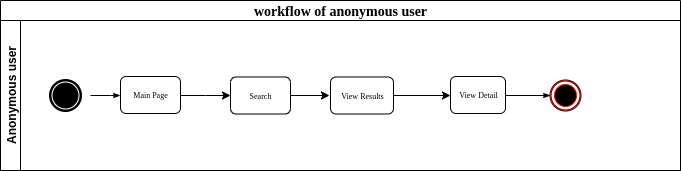
manoli2013/skylab-bootcamp-201909 keeps this draw.io diagram as staff/groups/groups/area-51/sky-odyssey/sky-odyssey-doc/anony-flow.png. Above is the earlier version. Source tidied: cells renumbered, new cells last; positions are measured from the earlier drawing's top-left corner, leaving out a move shared by most shapes. Source of this version:
```xml
<mxGraphModel background="#ffffff">
  <root>
    <mxCell id="0" />
    <mxCell id="1" parent="0" />
    <mxCell id="2" value="&lt;span style=&quot;font-size: 14px&quot;&gt;workflow of anonymous user&lt;/span&gt;" style="swimlane;html=1;horizontal=1;startSize=20;rounded=0;shadow=0;labelBackgroundColor=none;strokeColor=#000000;strokeWidth=1;fillColor=#ffffff;fontFamily=Verdana;fontSize=8;fontColor=#000000;align=center;" parent="1" vertex="1">
      <mxGeometry width="680" height="170" as="geometry" />
    </mxCell>
    <mxCell id="3" value="Anonymous user" style="swimlane;html=1;startSize=20;horizontal=0;" parent="2" vertex="1">
      <mxGeometry y="20" width="680" height="150" as="geometry" />
    </mxCell>
    <mxCell id="4" style="shape=mxgraph.bpmn.shape;html=1;verticalLabelPosition=bottom;labelBackgroundColor=#ffffff;verticalAlign=top;align=center;perimeter=ellipsePerimeter;outlineConnect=0;outline=end;symbol=terminate;" parent="3" vertex="1">
      <mxGeometry x="50" y="60" width="30" height="30" as="geometry" />
    </mxCell>
    <mxCell id="5" style="edgeStyle=orthogonalEdgeStyle;rounded=0;html=1;labelBackgroundColor=none;startArrow=none;startFill=0;startSize=5;endArrow=classicThin;endFill=1;endSize=5;jettySize=auto;strokeColor=#000000;strokeWidth=1;fontFamily=Verdana;fontSize=8;fontColor=#000000;" parent="1" edge="1" target="7">
      <mxGeometry relative="1" as="geometry">
        <mxPoint x="90" y="95" as="sourcePoint" />
      </mxGeometry>
    </mxCell>
    <mxCell id="6" style="edgeStyle=orthogonalEdgeStyle;rounded=0;jettySize=auto;html=1;" parent="1" edge="1" source="7">
      <mxGeometry relative="1" as="geometry">
        <mxPoint x="230" y="95" as="targetPoint" />
      </mxGeometry>
    </mxCell>
    <mxCell id="7" value="Main Page" style="rounded=1;whiteSpace=wrap;html=1;shadow=0;labelBackgroundColor=none;strokeColor=#000000;strokeWidth=1;fillColor=#ffffff;fontFamily=Verdana;fontSize=8;fontColor=#000000;align=center;" parent="1" vertex="1">
      <mxGeometry x="120" y="76" width="60" height="37" as="geometry" />
    </mxCell>
    <mxCell id="8" style="edgeStyle=orthogonalEdgeStyle;rounded=0;jettySize=auto;html=1;" parent="1" edge="1" source="9">
      <mxGeometry relative="1" as="geometry">
        <mxPoint x="329" y="95" as="targetPoint" />
      </mxGeometry>
    </mxCell>
    <mxCell id="9" value="Search" style="rounded=1;whiteSpace=wrap;html=1;shadow=0;labelBackgroundColor=none;strokeColor=#000000;strokeWidth=1;fillColor=#ffffff;fontFamily=Verdana;fontSize=8;fontColor=#000000;align=center;" parent="1" vertex="1">
      <mxGeometry x="230" y="76.5" width="60" height="37" as="geometry" />
    </mxCell>
    <mxCell id="10" style="edgeStyle=orthogonalEdgeStyle;rounded=0;html=1;entryX=0;entryY=0.5;labelBackgroundColor=none;startArrow=none;startFill=0;startSize=5;endArrow=classicThin;endFill=1;endSize=5;jettySize=auto;orthogonalLoop=1;strokeColor=#000000;strokeWidth=1;fontFamily=Verdana;fontSize=8;fontColor=#000000;" parent="1" edge="1">
      <mxGeometry relative="1" as="geometry">
        <mxPoint x="490" y="95" as="sourcePoint" />
        <mxPoint x="550" y="95" as="targetPoint" />
      </mxGeometry>
    </mxCell>
    <mxCell id="11" style="ellipse;whiteSpace=wrap;html=1;rounded=0;shadow=0;labelBackgroundColor=none;strokeColor=#000000;strokeWidth=2;fillColor=#ffffff;fontFamily=Verdana;fontSize=8;fontColor=#000000;align=center;" parent="1" vertex="1">
      <mxGeometry x="550" y="80" width="30" height="30" as="geometry" />
    </mxCell>
    <mxCell id="12" style="ellipse;html=1;shape=endState;fillColor=#000000;strokeColor=#ff0000;" parent="1" vertex="1">
      <mxGeometry x="550" y="80" width="30" height="30" as="geometry" />
    </mxCell>
    <mxCell id="13" style="edgeStyle=orthogonalEdgeStyle;rounded=0;jettySize=auto;html=1;" parent="1" edge="1" source="14">
      <mxGeometry relative="1" as="geometry">
        <mxPoint x="450" y="95" as="targetPoint" />
      </mxGeometry>
    </mxCell>
    <mxCell id="14" value="View Results" style="rounded=1;whiteSpace=wrap;html=1;shadow=0;labelBackgroundColor=none;strokeColor=#000000;strokeWidth=1;fillColor=#ffffff;fontFamily=Verdana;fontSize=8;fontColor=#000000;align=center;" parent="1" vertex="1">
      <mxGeometry x="330" y="76.5" width="63" height="37" as="geometry" />
    </mxCell>
    <mxCell id="15" value="View Detail" style="rounded=1;whiteSpace=wrap;html=1;shadow=0;labelBackgroundColor=none;strokeColor=#000000;strokeWidth=1;fillColor=#ffffff;fontFamily=Verdana;fontSize=8;fontColor=#000000;align=center;" parent="1" vertex="1">
      <mxGeometry x="450" y="76" width="55" height="37" as="geometry" />
    </mxCell>
  </root>
</mxGraphModel>
```
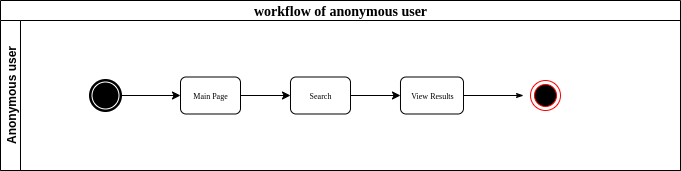
Later version of the same file.

The edit, as a diff of the source:
```diff
@@ -8,52 +8,35 @@
     <mxCell id="3" value="Anonymous user" style="swimlane;html=1;startSize=20;horizontal=0;" parent="2" vertex="1">
       <mxGeometry y="20" width="680" height="150" as="geometry" />
     </mxCell>
+    <mxCell id="16" style="edgeStyle=orthogonalEdgeStyle;rounded=0;jettySize=auto;html=1;" parent="3" edge="1" source="4" target="7">
+      <mxGeometry relative="1" as="geometry" />
+    </mxCell>
     <mxCell id="4" style="shape=mxgraph.bpmn.shape;html=1;verticalLabelPosition=bottom;labelBackgroundColor=#ffffff;verticalAlign=top;align=center;perimeter=ellipsePerimeter;outlineConnect=0;outline=end;symbol=terminate;" parent="3" vertex="1">
-      <mxGeometry x="50" y="60" width="30" height="30" as="geometry" />
+      <mxGeometry x="90" y="60" width="30" height="30" as="geometry" />
     </mxCell>
-    <mxCell id="5" style="edgeStyle=orthogonalEdgeStyle;rounded=0;html=1;labelBackgroundColor=none;startArrow=none;startFill=0;startSize=5;endArrow=classicThin;endFill=1;endSize=5;jettySize=auto;strokeColor=#000000;strokeWidth=1;fontFamily=Verdana;fontSize=8;fontColor=#000000;" parent="1" edge="1" target="7">
-      <mxGeometry relative="1" as="geometry">
-        <mxPoint x="90" y="95" as="sourcePoint" />
-      </mxGeometry>
-    </mxCell>
-    <mxCell id="6" style="edgeStyle=orthogonalEdgeStyle;rounded=0;jettySize=auto;html=1;" parent="1" edge="1" source="7">
-      <mxGeometry relative="1" as="geometry">
-        <mxPoint x="230" y="95" as="targetPoint" />
-      </mxGeometry>
-    </mxCell>
+    <mxCell id="14" value="View Results" style="rounded=1;whiteSpace=wrap;html=1;shadow=0;labelBackgroundColor=none;strokeColor=#000000;strokeWidth=1;fillColor=#ffffff;fontFamily=Verdana;fontSize=8;fontColor=#000000;align=center;" parent="3" vertex="1">
+      <mxGeometry x="400" y="56.5" width="63" height="37" as="geometry" />
+    </mxCell>
+    <mxCell id="10" style="edgeStyle=orthogonalEdgeStyle;rounded=0;html=1;entryX=0;entryY=0.5;labelBackgroundColor=none;startArrow=none;startFill=0;startSize=5;endArrow=classicThin;endFill=1;endSize=5;jettySize=auto;orthogonalLoop=1;strokeColor=#000000;strokeWidth=1;fontFamily=Verdana;fontSize=8;fontColor=#000000;" parent="3" edge="1">
+      <mxGeometry relative="1" as="geometry">
+        <mxPoint x="463" y="75" as="sourcePoint" />
+        <mxPoint x="523" y="75" as="targetPoint" />
+      </mxGeometry>
+    </mxCell>
+    <mxCell id="12" style="ellipse;html=1;shape=endState;fillColor=#000000;strokeColor=#ff0000;" parent="3" vertex="1">
+      <mxGeometry x="530" y="60" width="30" height="30" as="geometry" />
+    </mxCell>
+    <mxCell id="17" style="edgeStyle=orthogonalEdgeStyle;rounded=0;jettySize=auto;html=1;" parent="3" edge="1" source="9" target="14">
+      <mxGeometry relative="1" as="geometry" />
+    </mxCell>
+    <mxCell id="9" value="Search" style="rounded=1;whiteSpace=wrap;html=1;shadow=0;labelBackgroundColor=none;strokeColor=#000000;strokeWidth=1;fillColor=#ffffff;fontFamily=Verdana;fontSize=8;fontColor=#000000;align=center;" parent="3" vertex="1">
+      <mxGeometry x="290" y="56.5" width="60" height="37" as="geometry" />
+    </mxCell>
+    <mxCell id="18" style="edgeStyle=orthogonalEdgeStyle;rounded=0;jettySize=auto;html=1;" parent="3" edge="1" source="7" target="9">
+      <mxGeometry relative="1" as="geometry" />
+    </mxCell>
-    <mxCell id="7" value="Main Page" style="rounded=1;whiteSpace=wrap;html=1;shadow=0;labelBackgroundColor=none;strokeColor=#000000;strokeWidth=1;fillColor=#ffffff;fontFamily=Verdana;fontSize=8;fontColor=#000000;align=center;" parent="1" vertex="1">
-      <mxGeometry x="120" y="76" width="60" height="37" as="geometry" />
+    <mxCell id="7" value="Main Page" style="rounded=1;whiteSpace=wrap;html=1;shadow=0;labelBackgroundColor=none;strokeColor=#000000;strokeWidth=1;fillColor=#ffffff;fontFamily=Verdana;fontSize=8;fontColor=#000000;align=center;" parent="3" vertex="1">
+      <mxGeometry x="180" y="56.5" width="60" height="37" as="geometry" />
     </mxCell>
-    <mxCell id="8" style="edgeStyle=orthogonalEdgeStyle;rounded=0;jettySize=auto;html=1;" parent="1" edge="1" source="9">
-      <mxGeometry relative="1" as="geometry">
-        <mxPoint x="329" y="95" as="targetPoint" />
-      </mxGeometry>
-    </mxCell>
-    <mxCell id="9" value="Search" style="rounded=1;whiteSpace=wrap;html=1;shadow=0;labelBackgroundColor=none;strokeColor=#000000;strokeWidth=1;fillColor=#ffffff;fontFamily=Verdana;fontSize=8;fontColor=#000000;align=center;" parent="1" vertex="1">
-      <mxGeometry x="230" y="76.5" width="60" height="37" as="geometry" />
-    </mxCell>
-    <mxCell id="10" style="edgeStyle=orthogonalEdgeStyle;rounded=0;html=1;entryX=0;entryY=0.5;labelBackgroundColor=none;startArrow=none;startFill=0;startSize=5;endArrow=classicThin;endFill=1;endSize=5;jettySize=auto;orthogonalLoop=1;strokeColor=#000000;strokeWidth=1;fontFamily=Verdana;fontSize=8;fontColor=#000000;" parent="1" edge="1">
-      <mxGeometry relative="1" as="geometry">
-        <mxPoint x="490" y="95" as="sourcePoint" />
-        <mxPoint x="550" y="95" as="targetPoint" />
-      </mxGeometry>
-    </mxCell>
-    <mxCell id="11" style="ellipse;whiteSpace=wrap;html=1;rounded=0;shadow=0;labelBackgroundColor=none;strokeColor=#000000;strokeWidth=2;fillColor=#ffffff;fontFamily=Verdana;fontSize=8;fontColor=#000000;align=center;" parent="1" vertex="1">
-      <mxGeometry x="550" y="80" width="30" height="30" as="geometry" />
-    </mxCell>
-    <mxCell id="12" style="ellipse;html=1;shape=endState;fillColor=#000000;strokeColor=#ff0000;" parent="1" vertex="1">
-      <mxGeometry x="550" y="80" width="30" height="30" as="geometry" />
-    </mxCell>
-    <mxCell id="13" style="edgeStyle=orthogonalEdgeStyle;rounded=0;jettySize=auto;html=1;" parent="1" edge="1" source="14">
-      <mxGeometry relative="1" as="geometry">
-        <mxPoint x="450" y="95" as="targetPoint" />
-      </mxGeometry>
-    </mxCell>
-    <mxCell id="14" value="View Results" style="rounded=1;whiteSpace=wrap;html=1;shadow=0;labelBackgroundColor=none;strokeColor=#000000;strokeWidth=1;fillColor=#ffffff;fontFamily=Verdana;fontSize=8;fontColor=#000000;align=center;" parent="1" vertex="1">
-      <mxGeometry x="330" y="76.5" width="63" height="37" as="geometry" />
-    </mxCell>
-    <mxCell id="15" value="View Detail" style="rounded=1;whiteSpace=wrap;html=1;shadow=0;labelBackgroundColor=none;strokeColor=#000000;strokeWidth=1;fillColor=#ffffff;fontFamily=Verdana;fontSize=8;fontColor=#000000;align=center;" parent="1" vertex="1">
-      <mxGeometry x="450" y="76" width="55" height="37" as="geometry" />
-    </mxCell>
   </root>
 </mxGraphModel>
```
